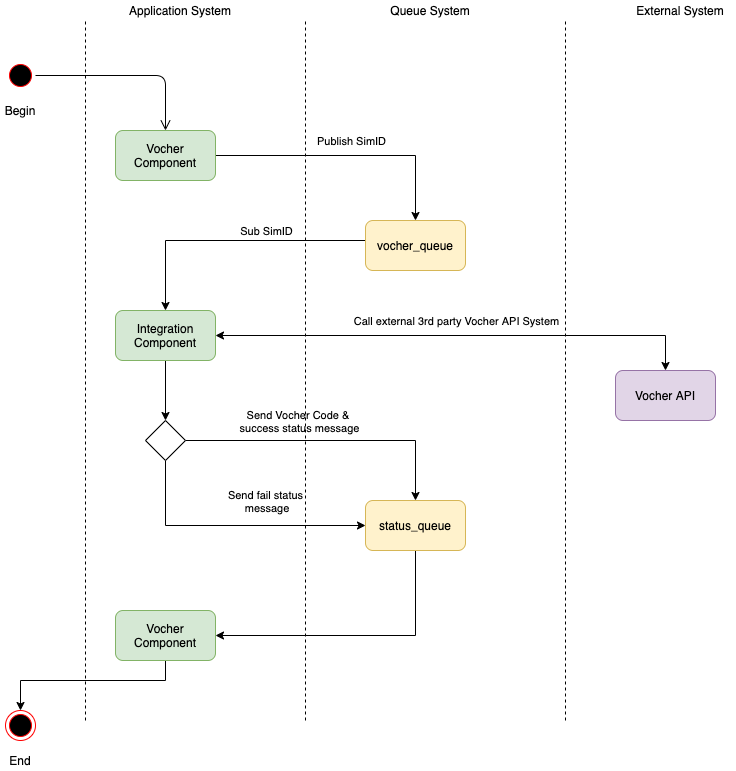
hieung/assignment keeps this draw.io diagram as img/bank_abc_design-AD.png. Above is the earlier version. Source tidied: cells renumbered, new cells last; positions are measured from the earlier drawing's top-left corner, leaving out a move shared by most shapes. Its diagram source:
```xml
<mxGraphModel>
  <root>
    <mxCell id="0" />
    <mxCell id="1" parent="0" />
    <mxCell id="2" style="ellipse;html=1;shape=startState;fillColor=#000000;strokeColor=#ff0000;" parent="1" vertex="1">
      <mxGeometry x="5" y="60" width="30" height="30" as="geometry" />
    </mxCell>
    <mxCell id="3" style="edgeStyle=orthogonalEdgeStyle;html=1;verticalAlign=bottom;endArrow=open;endSize=8;strokeColor=#000000;entryX=0.5;entryY=0;entryDx=0;entryDy=0;" parent="1" edge="1" source="2" target="6">
      <mxGeometry relative="1" as="geometry" />
    </mxCell>
    <mxCell id="4" style="edgeStyle=orthogonalEdgeStyle;rounded=0;jettySize=auto;html=1;entryX=0.5;entryY=0;entryDx=0;entryDy=0;" parent="1" edge="1" source="6" target="8">
      <mxGeometry relative="1" as="geometry" />
    </mxCell>
    <mxCell id="5" value="Publish SimID" style="edgeLabel;html=1;align=center;verticalAlign=middle;" parent="4" vertex="1">
      <mxGeometry x="0.25" relative="1" as="geometry">
        <mxPoint x="-31" y="-15" as="offset" />
      </mxGeometry>
    </mxCell>
    <mxCell id="6" value="Vocher Component" style="shape=rect;html=1;rounded=1;whiteSpace=wrap;align=center;fillColor=#d5e8d4;strokeColor=#82b366;" parent="1" vertex="1">
      <mxGeometry x="115" y="130" width="100" height="50" as="geometry" />
    </mxCell>
    <mxCell id="7" style="edgeStyle=orthogonalEdgeStyle;rounded=0;jettySize=auto;html=1;entryX=0.5;entryY=0;entryDx=0;entryDy=0;" parent="1" edge="1" source="8" target="12">
      <mxGeometry relative="1" as="geometry">
        <Array as="points">
          <mxPoint x="165" y="240" />
        </Array>
      </mxGeometry>
    </mxCell>
    <mxCell id="8" value="vocher_queue" style="shape=rect;html=1;rounded=1;whiteSpace=wrap;align=center;fillColor=#fff2cc;strokeColor=#d6b656;" parent="1" vertex="1">
      <mxGeometry x="365" y="220" width="100" height="50" as="geometry" />
    </mxCell>
    <mxCell id="9" style="edgeStyle=orthogonalEdgeStyle;rounded=0;jettySize=auto;html=1;startArrow=classic;startFill=1;" parent="1" edge="1" source="12" target="13">
      <mxGeometry relative="1" as="geometry" />
    </mxCell>
    <mxCell id="10" value="Call external 3rd party Vocher API System" style="edgeLabel;html=1;align=center;verticalAlign=middle;" parent="9" vertex="1">
      <mxGeometry x="0.08" y="2" relative="1" as="geometry">
        <mxPoint x="-21" y="-13" as="offset" />
      </mxGeometry>
    </mxCell>
    <mxCell id="11" style="edgeStyle=orthogonalEdgeStyle;rounded=0;jettySize=auto;html=1;startArrow=none;startFill=0;" parent="1" edge="1" source="12" target="18">
      <mxGeometry relative="1" as="geometry" />
    </mxCell>
    <mxCell id="12" value="Integration Component" style="shape=rect;html=1;rounded=1;whiteSpace=wrap;align=center;fillColor=#d5e8d4;strokeColor=#82b366;" parent="1" vertex="1">
      <mxGeometry x="115" y="310" width="100" height="50" as="geometry" />
    </mxCell>
    <mxCell id="13" value="Vocher API" style="shape=rect;html=1;rounded=1;whiteSpace=wrap;align=center;fillColor=#e1d5e7;strokeColor=#9673a6;" parent="1" vertex="1">
      <mxGeometry x="615" y="370" width="100" height="50" as="geometry" />
    </mxCell>
    <mxCell id="14" style="edgeStyle=orthogonalEdgeStyle;rounded=0;jettySize=auto;html=1;entryX=0.5;entryY=0;entryDx=0;entryDy=0;startArrow=none;startFill=0;" parent="1" edge="1" source="18" target="20">
      <mxGeometry relative="1" as="geometry" />
    </mxCell>
    <mxCell id="15" value="Send Vocher Code &amp;amp; &lt;br&gt;success status message" style="edgeLabel;html=1;align=center;verticalAlign=middle;" parent="14" vertex="1">
      <mxGeometry x="0.07" y="1" relative="1" as="geometry">
        <mxPoint x="-42" y="-19" as="offset" />
      </mxGeometry>
    </mxCell>
    <mxCell id="16" style="edgeStyle=orthogonalEdgeStyle;rounded=0;jettySize=auto;html=1;entryX=0;entryY=0.5;entryDx=0;entryDy=0;startArrow=none;startFill=0;" parent="1" edge="1" source="18" target="20">
      <mxGeometry relative="1" as="geometry">
        <Array as="points">
          <mxPoint x="165" y="525" />
        </Array>
      </mxGeometry>
    </mxCell>
    <mxCell id="17" value="Send fail status&lt;br&gt;&amp;nbsp;message" style="edgeLabel;html=1;align=center;verticalAlign=middle;" parent="16" vertex="1">
      <mxGeometry x="0.22" y="4" relative="1" as="geometry">
        <mxPoint x="2" y="-21" as="offset" />
      </mxGeometry>
    </mxCell>
    <mxCell id="18" style="shape=rhombus;html=1;verticalLabelPosition=bottom;verticalAlignment=top;" parent="1" vertex="1">
      <mxGeometry x="145" y="420" width="40" height="40" as="geometry" />
    </mxCell>
    <mxCell id="19" style="edgeStyle=orthogonalEdgeStyle;rounded=0;jettySize=auto;html=1;startArrow=none;startFill=0;" parent="1" edge="1" source="20" target="22">
      <mxGeometry relative="1" as="geometry">
        <Array as="points">
          <mxPoint x="415" y="635" />
        </Array>
      </mxGeometry>
    </mxCell>
    <mxCell id="20" value="status_queue" style="shape=rect;html=1;rounded=1;whiteSpace=wrap;align=center;fillColor=#fff2cc;strokeColor=#d6b656;" parent="1" vertex="1">
      <mxGeometry x="365" y="500" width="100" height="50" as="geometry" />
    </mxCell>
    <mxCell id="21" style="edgeStyle=orthogonalEdgeStyle;rounded=0;jettySize=auto;html=1;entryX=0.5;entryY=0;entryDx=0;entryDy=0;startArrow=none;startFill=0;" parent="1" edge="1" source="22" target="23">
      <mxGeometry relative="1" as="geometry">
        <Array as="points">
          <mxPoint x="165" y="680" />
          <mxPoint x="20" y="680" />
        </Array>
      </mxGeometry>
    </mxCell>
    <mxCell id="22" value="Vocher Component" style="shape=rect;html=1;rounded=1;whiteSpace=wrap;align=center;fillColor=#d5e8d4;strokeColor=#82b366;" parent="1" vertex="1">
      <mxGeometry x="115" y="610" width="100" height="50" as="geometry" />
    </mxCell>
    <mxCell id="23" style="ellipse;html=1;shape=endState;fillColor=#000000;strokeColor=#ff0000;" parent="1" vertex="1">
      <mxGeometry x="5" y="710" width="30" height="30" as="geometry" />
    </mxCell>
    <mxCell id="24" style="endArrow=none;dashed=1;html=1;strokeColor=#000000;" parent="1" edge="1">
      <mxGeometry relative="1" as="geometry">
        <mxPoint x="85" y="720" as="sourcePoint" />
        <mxPoint x="85" y="20" as="targetPoint" />
      </mxGeometry>
    </mxCell>
    <mxCell id="25" style="endArrow=none;dashed=1;html=1;strokeColor=#000000;" parent="1" edge="1">
      <mxGeometry relative="1" as="geometry">
        <mxPoint x="305" y="720" as="sourcePoint" />
        <mxPoint x="305" y="20" as="targetPoint" />
      </mxGeometry>
    </mxCell>
    <mxCell id="26" style="endArrow=none;dashed=1;html=1;strokeColor=#000000;" parent="1" edge="1">
      <mxGeometry relative="1" as="geometry">
        <mxPoint x="565" y="720" as="sourcePoint" />
        <mxPoint x="565" y="20" as="targetPoint" />
      </mxGeometry>
    </mxCell>
    <mxCell id="27" value="Begin" style="text;html=1;strokeColor=none;fillColor=none;align=center;verticalAlign=middle;whiteSpace=wrap;rounded=0;" parent="1" vertex="1">
      <mxGeometry y="100" width="40" height="20" as="geometry" />
    </mxCell>
    <mxCell id="28" value="End" style="text;html=1;strokeColor=none;fillColor=none;align=center;verticalAlign=middle;whiteSpace=wrap;rounded=0;" parent="1" vertex="1">
      <mxGeometry y="750" width="40" height="20" as="geometry" />
    </mxCell>
    <mxCell id="29" value="Queue System" style="text;html=1;strokeColor=none;fillColor=none;align=center;verticalAlign=middle;whiteSpace=wrap;rounded=0;" parent="1" vertex="1">
      <mxGeometry x="375" width="110" height="20" as="geometry" />
    </mxCell>
    <mxCell id="30" value="External System" style="text;html=1;strokeColor=none;fillColor=none;align=center;verticalAlign=middle;whiteSpace=wrap;rounded=0;" parent="1" vertex="1">
      <mxGeometry x="625" width="110" height="20" as="geometry" />
    </mxCell>
    <mxCell id="31" value="Application System" style="text;html=1;strokeColor=none;fillColor=none;align=center;verticalAlign=middle;whiteSpace=wrap;rounded=0;" parent="1" vertex="1">
      <mxGeometry x="125" width="110" height="20" as="geometry" />
    </mxCell>
    <mxCell id="32" value="Sub SimID" style="edgeLabel;html=1;align=center;verticalAlign=middle;" parent="1" vertex="1">
      <mxGeometry x="265" y="230" as="geometry" />
    </mxCell>
  </root>
</mxGraphModel>
```
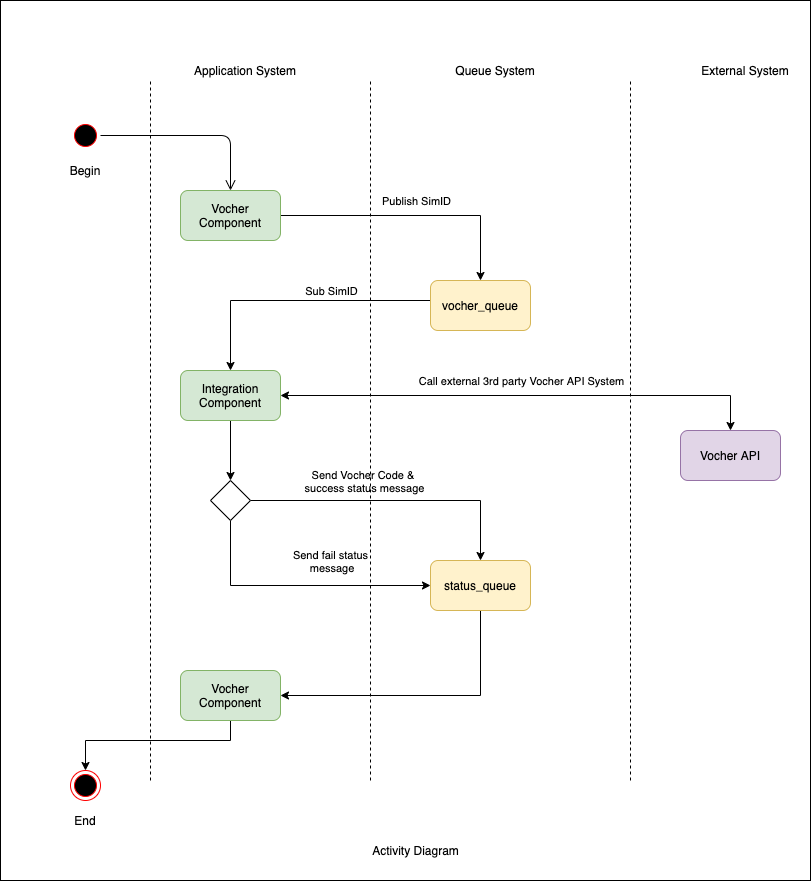
After the commit.

Diff of the diagram source:
```diff
@@ -2,6 +2,9 @@
   <root>
     <mxCell id="0" />
     <mxCell id="1" parent="0" />
+    <mxCell id="33" style="rounded=0;whiteSpace=wrap;html=1;" parent="1" vertex="1">
+      <mxGeometry x="-65" y="-60" width="810" height="880" as="geometry" />
+    </mxCell>
     <mxCell id="2" style="ellipse;html=1;shape=startState;fillColor=#000000;strokeColor=#ff0000;" parent="1" vertex="1">
       <mxGeometry x="5" y="60" width="30" height="30" as="geometry" />
     </mxCell>
@@ -129,5 +132,8 @@
     <mxCell id="32" value="Sub SimID" style="edgeLabel;html=1;align=center;verticalAlign=middle;" parent="1" vertex="1">
       <mxGeometry x="265" y="230" as="geometry" />
     </mxCell>
+    <mxCell id="34" value="Activity Diagram" style="text;html=1;strokeColor=none;fillColor=none;align=center;verticalAlign=middle;whiteSpace=wrap;rounded=0;" parent="1" vertex="1">
+      <mxGeometry x="298" y="780" width="105" height="20" as="geometry" />
+    </mxCell>
   </root>
 </mxGraphModel>
```
